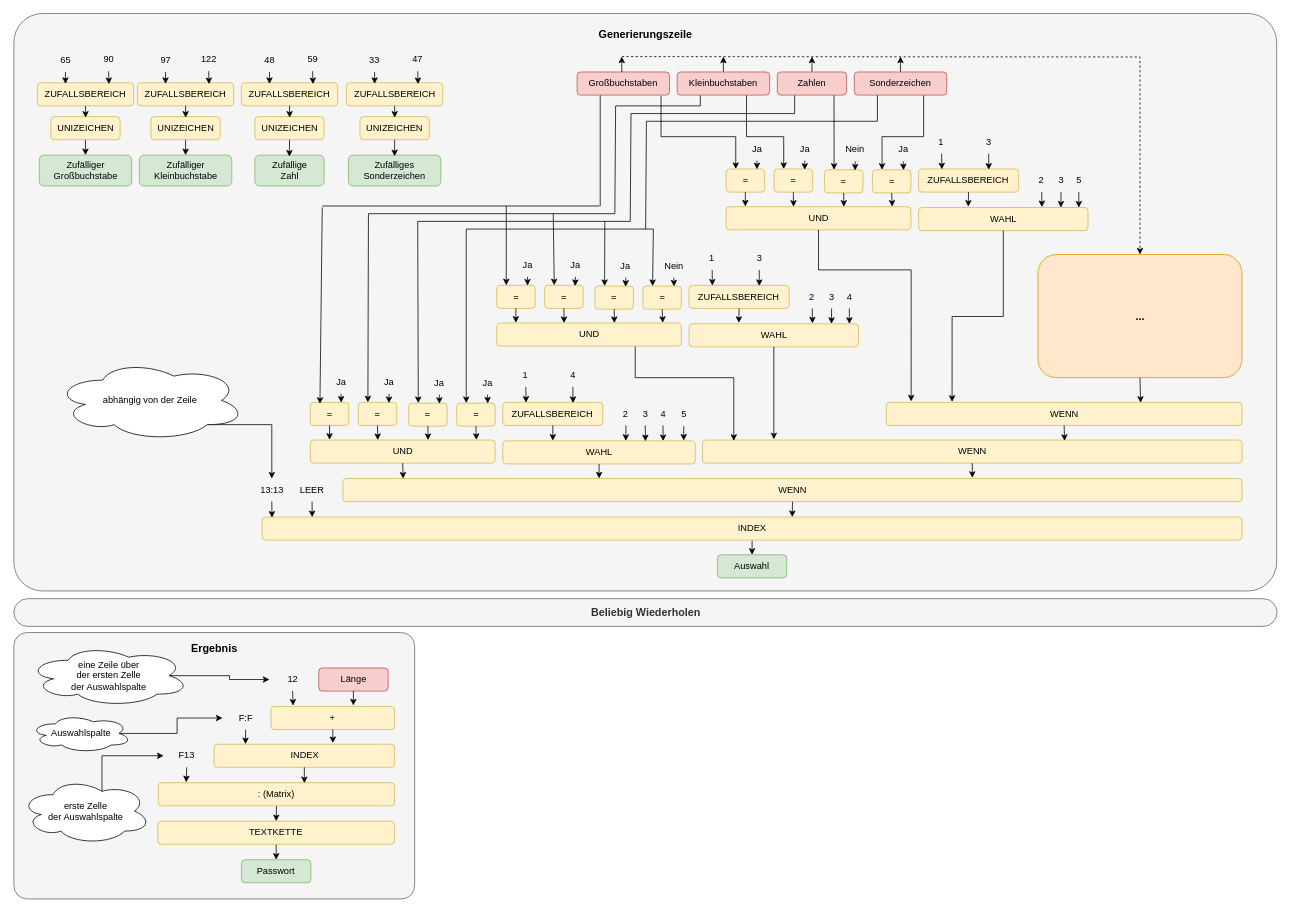
This is Passwort Generator.drawio from Nikogenia/Draw, a draw.io file, before an edit. Source tidied: cells renumbered, new cells numbered last; positions are measured from the earlier drawing's top-left corner, leaving out a move shared by most shapes. Both pictures are drawn from the tidied source at 77%, with x=0, y=0 at pixel (14, 13).
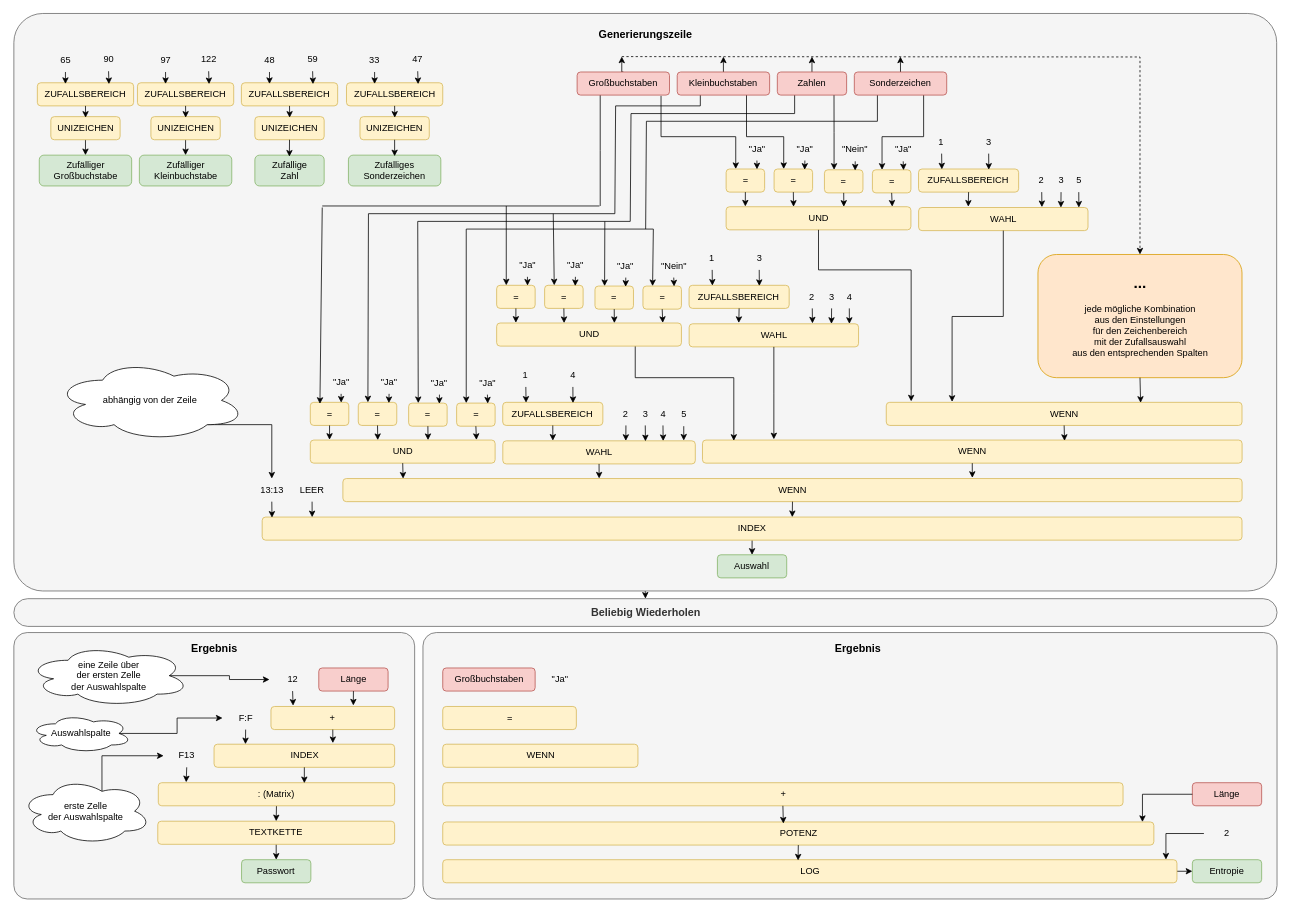
After the change.

The change refers to these unchanged cells:
```xml
<mxCell id="3" style="rounded=1;whiteSpace=wrap;html=1;arcSize=5;fillColor=#f5f5f5;strokeColor=#666666;fontColor=#333333;" parent="1" vertex="1">
  <mxGeometry x="-0.5" width="1640" height="750" as="geometry" />
</mxCell>
<mxCell id="171" value="&lt;b&gt;&lt;font style=&quot;font-size: 14px;&quot;&gt;Beliebig Wiederholen&lt;/font&gt;&lt;/b&gt;" style="rounded=1;whiteSpace=wrap;html=1;arcSize=50;fillColor=#f5f5f5;strokeColor=#666666;fontColor=#333333;" parent="1" vertex="1">
  <mxGeometry x="-0.5" y="760" width="1640.5" height="36" as="geometry" />
</mxCell>
```

Diff of the diagram source:
```diff
@@
+    <mxCell id="211" style="rounded=1;whiteSpace=wrap;html=1;arcSize=5;fillColor=#f5f5f5;strokeColor=#666666;fontColor=#333333;" parent="1" vertex="1">
+      <mxGeometry x="530.8" y="804" width="1109.2" height="346" as="geometry" />
+    </mxCell>
@@
+    <mxCell id="212" style="edgeStyle=orthogonalEdgeStyle;rounded=0;jettySize=auto;html=1;exitX=0.5;exitY=1;exitDx=0;exitDy=0;entryX=0.5;entryY=0;entryDx=0;entryDy=0;" parent="1" edge="1" source="3" target="171">
+      <mxGeometry relative="1" as="geometry" />
+    </mxCell>
@@
-    <mxCell id="75" value="Ja" style="text;html=1;strokeColor=none;fillColor=none;align=center;verticalAlign=middle;whiteSpace=wrap;rounded=0;" parent="1" vertex="1">
+    <mxCell id="75" value="&quot;Ja&quot;" style="text;html=1;strokeColor=none;fillColor=none;align=center;verticalAlign=middle;whiteSpace=wrap;rounded=0;" parent="1" vertex="1">
       <mxGeometry x="394.5" y="464" width="60" height="30" as="geometry" />
     </mxCell>
@@
-    <mxCell id="77" value="Ja" style="text;html=1;strokeColor=none;fillColor=none;align=center;verticalAlign=middle;whiteSpace=wrap;rounded=0;" parent="1" vertex="1">
+    <mxCell id="77" value="&quot;Ja&quot;" style="text;html=1;strokeColor=none;fillColor=none;align=center;verticalAlign=middle;whiteSpace=wrap;rounded=0;" parent="1" vertex="1">
       <mxGeometry x="456.8" y="464" width="60" height="30" as="geometry" />
     </mxCell>
@@
-    <mxCell id="79" value="Ja" style="text;html=1;strokeColor=none;fillColor=none;align=center;verticalAlign=middle;whiteSpace=wrap;rounded=0;" parent="1" vertex="1">
+    <mxCell id="79" value="&quot;Ja&quot;" style="text;html=1;strokeColor=none;fillColor=none;align=center;verticalAlign=middle;whiteSpace=wrap;rounded=0;" parent="1" vertex="1">
       <mxGeometry x="522.2" y="465" width="60" height="30" as="geometry" />
     </mxCell>
@@
-    <mxCell id="81" value="Ja" style="text;html=1;strokeColor=none;fillColor=none;align=center;verticalAlign=middle;whiteSpace=wrap;rounded=0;" parent="1" vertex="1">
+    <mxCell id="81" value="&quot;Ja&quot;" style="text;html=1;strokeColor=none;fillColor=none;align=center;verticalAlign=middle;whiteSpace=wrap;rounded=0;" parent="1" vertex="1">
       <mxGeometry x="584.5" y="465" width="60" height="30" as="geometry" />
     </mxCell>
@@
-    <mxCell id="108" value="Ja" style="text;html=1;strokeColor=none;fillColor=none;align=center;verticalAlign=middle;whiteSpace=wrap;rounded=0;" parent="1" vertex="1">
+    <mxCell id="108" value="&quot;Ja&quot;" style="text;html=1;strokeColor=none;fillColor=none;align=center;verticalAlign=middle;whiteSpace=wrap;rounded=0;" parent="1" vertex="1">
       <mxGeometry x="636.5" y="312" width="60" height="30" as="geometry" />
     </mxCell>
@@
-    <mxCell id="110" value="Ja" style="text;html=1;strokeColor=none;fillColor=none;align=center;verticalAlign=middle;whiteSpace=wrap;rounded=0;" parent="1" vertex="1">
+    <mxCell id="110" value="&quot;Ja&quot;" style="text;html=1;strokeColor=none;fillColor=none;align=center;verticalAlign=middle;whiteSpace=wrap;rounded=0;" parent="1" vertex="1">
       <mxGeometry x="698.8" y="312" width="60" height="30" as="geometry" />
     </mxCell>
@@
-    <mxCell id="112" value="Ja" style="text;html=1;strokeColor=none;fillColor=none;align=center;verticalAlign=middle;whiteSpace=wrap;rounded=0;" parent="1" vertex="1">
+    <mxCell id="112" value="&quot;Ja&quot;" style="text;html=1;strokeColor=none;fillColor=none;align=center;verticalAlign=middle;whiteSpace=wrap;rounded=0;" parent="1" vertex="1">
       <mxGeometry x="764.2" y="313" width="60" height="30" as="geometry" />
     </mxCell>
@@
-    <mxCell id="114" value="Nein" style="text;html=1;strokeColor=none;fillColor=none;align=center;verticalAlign=middle;whiteSpace=wrap;rounded=0;" parent="1" vertex="1">
+    <mxCell id="114" value="&quot;Nein&quot;" style="text;html=1;strokeColor=none;fillColor=none;align=center;verticalAlign=middle;whiteSpace=wrap;rounded=0;" parent="1" vertex="1">
       <mxGeometry x="826.5" y="313" width="60" height="30" as="geometry" />
     </mxCell>
@@
-    <mxCell id="139" value="Ja" style="text;html=1;strokeColor=none;fillColor=none;align=center;verticalAlign=middle;whiteSpace=wrap;rounded=0;" parent="1" vertex="1">
+    <mxCell id="139" value="&quot;Ja&quot;" style="text;html=1;strokeColor=none;fillColor=none;align=center;verticalAlign=middle;whiteSpace=wrap;rounded=0;" parent="1" vertex="1">
       <mxGeometry x="934.5" y="161" width="60" height="30" as="geometry" />
     </mxCell>
@@
-    <mxCell id="141" value="Ja" style="text;html=1;strokeColor=none;fillColor=none;align=center;verticalAlign=middle;whiteSpace=wrap;rounded=0;" parent="1" vertex="1">
+    <mxCell id="141" value="&quot;Ja&quot;" style="text;html=1;strokeColor=none;fillColor=none;align=center;verticalAlign=middle;whiteSpace=wrap;rounded=0;" parent="1" vertex="1">
       <mxGeometry x="996.8" y="161" width="60" height="30" as="geometry" />
     </mxCell>
@@
-    <mxCell id="143" value="Nein" style="text;html=1;strokeColor=none;fillColor=none;align=center;verticalAlign=middle;whiteSpace=wrap;rounded=0;" parent="1" vertex="1">
+    <mxCell id="143" value="&quot;Nein&quot;" style="text;html=1;strokeColor=none;fillColor=none;align=center;verticalAlign=middle;whiteSpace=wrap;rounded=0;" parent="1" vertex="1">
       <mxGeometry x="1062.2" y="162" width="60" height="30" as="geometry" />
     </mxCell>
@@
-    <mxCell id="145" value="Ja" style="text;html=1;strokeColor=none;fillColor=none;align=center;verticalAlign=middle;whiteSpace=wrap;rounded=0;" parent="1" vertex="1">
+    <mxCell id="145" value="&quot;Ja&quot;" style="text;html=1;strokeColor=none;fillColor=none;align=center;verticalAlign=middle;whiteSpace=wrap;rounded=0;" parent="1" vertex="1">
       <mxGeometry x="1124.5" y="162" width="60" height="30" as="geometry" />
     </mxCell>
@@
-    <mxCell id="162" value="&lt;font size=&quot;1&quot; style=&quot;&quot;&gt;&lt;b style=&quot;font-size: 14px;&quot;&gt;...&lt;/b&gt;&lt;/font&gt;" style="rounded=1;whiteSpace=wrap;html=1;fillColor=#ffe6cc;strokeColor=#d79b00;" parent="1" vertex="1">
+    <mxCell id="162" value="&lt;font style=&quot;&quot;&gt;&lt;b style=&quot;&quot;&gt;&lt;font style=&quot;font-size: 20px;&quot;&gt;...&lt;/font&gt;&lt;br&gt;&lt;/b&gt;&lt;br&gt;&lt;font style=&quot;font-size: 12px;&quot;&gt;jede mögliche Kombination&lt;br&gt;aus den Einstellungen&lt;br&gt;für den Zeichenbereich&lt;br&gt;mit der Zufallsauswahl&lt;br&gt;aus den entsprechenden Spalten&lt;/font&gt;&lt;br&gt;&lt;/font&gt;" style="rounded=1;whiteSpace=wrap;html=1;fillColor=#ffe6cc;strokeColor=#d79b00;" parent="1" vertex="1">
       <mxGeometry x="1329.5" y="313" width="265" height="160" as="geometry" />
     </mxCell>
@@
+    <mxCell id="213" value="Entropie" style="rounded=1;whiteSpace=wrap;html=1;fillColor=#d5e8d4;strokeColor=#82b366;" parent="1" vertex="1">
+      <mxGeometry x="1530" y="1099" width="90" height="30" as="geometry" />
+    </mxCell>
+    <mxCell id="214" style="edgeStyle=orthogonalEdgeStyle;rounded=0;jettySize=auto;html=1;exitX=1;exitY=0.5;exitDx=0;exitDy=0;entryX=0;entryY=0.5;entryDx=0;entryDy=0;" parent="1" edge="1" source="215" target="213">
+      <mxGeometry relative="1" as="geometry" />
+    </mxCell>
+    <mxCell id="215" value="LOG" style="rounded=1;whiteSpace=wrap;html=1;fillColor=#fff2cc;strokeColor=#d6b656;" parent="1" vertex="1">
+      <mxGeometry x="556.5" y="1099" width="953.5" height="30" as="geometry" />
+    </mxCell>
+    <mxCell id="216" value="POTENZ" style="rounded=1;whiteSpace=wrap;html=1;fillColor=#fff2cc;strokeColor=#d6b656;" parent="1" vertex="1">
+      <mxGeometry x="556.5" y="1050" width="923.5" height="30" as="geometry" />
+    </mxCell>
+    <mxCell id="217" value="+" style="rounded=1;whiteSpace=wrap;html=1;fillColor=#fff2cc;strokeColor=#d6b656;" parent="1" vertex="1">
+      <mxGeometry x="556.5" y="999" width="883.5" height="30" as="geometry" />
+    </mxCell>
+    <mxCell id="218" value="&lt;b&gt;&lt;font style=&quot;font-size: 14px;&quot;&gt;Ergebnis&lt;/font&gt;&lt;/b&gt;" style="text;html=1;strokeColor=none;fillColor=none;align=center;verticalAlign=middle;whiteSpace=wrap;rounded=0;" parent="1" vertex="1">
+      <mxGeometry x="1066.4" y="810" width="60" height="30" as="geometry" />
+    </mxCell>
+    <mxCell id="219" value="2" style="text;html=1;strokeColor=none;fillColor=none;align=center;verticalAlign=middle;whiteSpace=wrap;rounded=0;" parent="1" vertex="1">
+      <mxGeometry x="1545" y="1050" width="60" height="30" as="geometry" />
+    </mxCell>
+    <mxCell id="220" style="edgeStyle=orthogonalEdgeStyle;rounded=0;jettySize=auto;html=1;exitX=0;exitY=0.5;exitDx=0;exitDy=0;entryX=0.985;entryY=-0.007;entryDx=0;entryDy=0;entryPerimeter=0;" parent="1" edge="1" source="219" target="215">
+      <mxGeometry relative="1" as="geometry" />
+    </mxCell>
+    <mxCell id="221" style="edgeStyle=orthogonalEdgeStyle;rounded=0;jettySize=auto;html=1;exitX=0.5;exitY=1;exitDx=0;exitDy=0;entryX=0.484;entryY=0.033;entryDx=0;entryDy=0;entryPerimeter=0;" parent="1" edge="1" source="216" target="215">
+      <mxGeometry relative="1" as="geometry" />
+    </mxCell>
+    <mxCell id="222" value="Länge" style="rounded=1;whiteSpace=wrap;html=1;fillColor=#f8cecc;strokeColor=#b85450;" parent="1" vertex="1">
+      <mxGeometry x="1530" y="999" width="90" height="30" as="geometry" />
+    </mxCell>
+    <mxCell id="223" style="edgeStyle=orthogonalEdgeStyle;rounded=0;jettySize=auto;html=1;exitX=0;exitY=0.5;exitDx=0;exitDy=0;entryX=0.984;entryY=0;entryDx=0;entryDy=0;entryPerimeter=0;" parent="1" edge="1" source="222" target="216">
+      <mxGeometry relative="1" as="geometry" />
+    </mxCell>
+    <mxCell id="224" style="edgeStyle=orthogonalEdgeStyle;rounded=0;jettySize=auto;html=1;exitX=0.5;exitY=1;exitDx=0;exitDy=0;entryX=0.479;entryY=0.067;entryDx=0;entryDy=0;entryPerimeter=0;" parent="1" edge="1" source="217" target="216">
+      <mxGeometry relative="1" as="geometry" />
+    </mxCell>
+    <mxCell id="225" value="WENN" style="rounded=1;whiteSpace=wrap;html=1;fillColor=#fff2cc;strokeColor=#d6b656;" parent="1" vertex="1">
+      <mxGeometry x="556.5" y="949" width="253.5" height="30" as="geometry" />
+    </mxCell>
+    <mxCell id="226" value="=" style="rounded=1;whiteSpace=wrap;html=1;fillColor=#fff2cc;strokeColor=#d6b656;" parent="1" vertex="1">
+      <mxGeometry x="556.5" y="900" width="173.5" height="30" as="geometry" />
+    </mxCell>
+    <mxCell id="227" value="Großbuchstaben" style="rounded=1;whiteSpace=wrap;html=1;fillColor=#f8cecc;strokeColor=#b85450;" parent="1" vertex="1">
+      <mxGeometry x="556.5" y="850" width="120" height="30" as="geometry" />
+    </mxCell>
+    <mxCell id="228" value="&quot;Ja&quot;" style="text;html=1;strokeColor=none;fillColor=none;align=center;verticalAlign=middle;whiteSpace=wrap;rounded=0;" parent="1" vertex="1">
+      <mxGeometry x="678.8" y="850" width="60" height="30" as="geometry" />
+    </mxCell>
```
